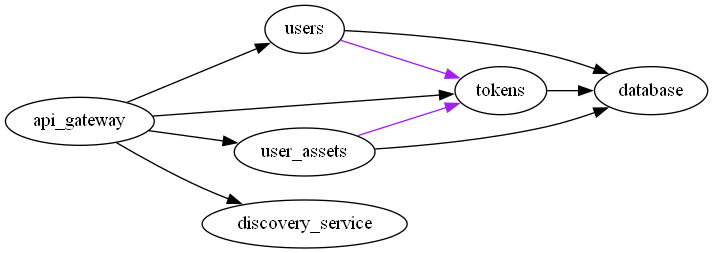
This is src/backend/docs/services_graph.png from nicolacimmino/FrameworksTesting, a Graphviz export, as it was before one commit. Its source is kept beside it as src/backend/docs/services_graph.dot.
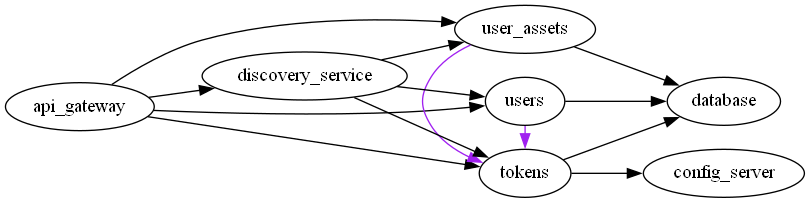
The same diagram one commit later.

Commit message:
Add services graph

The edit, as a diff of the source:
```diff
@@ -2,16 +2,20 @@
   rankdir=LR;
 
 
-  subgraph api_gateways {
+  subgraph edge_services {
       api_gateway -> { tokens, users, user_assets, discovery_service };
   }
 
   subgraph microservices {
-      tokens -> database;
-      users -> database;
-      user_assets -> database;
-      users -> tokens [color="purple"]
-      user_assets -> tokens [color="purple"]
+      rank = same; tokens; users; user_assets;
+  }
 
+  subgraph ancillary_services {
+        tokens -> { database, config_server };
+        users -> database;
+        user_assets -> database;
+        users -> tokens [color="purple"]
+        user_assets -> tokens [color="purple"]
+        discovery_service -> { tokens, users, user_assets }
   }
 }
```
